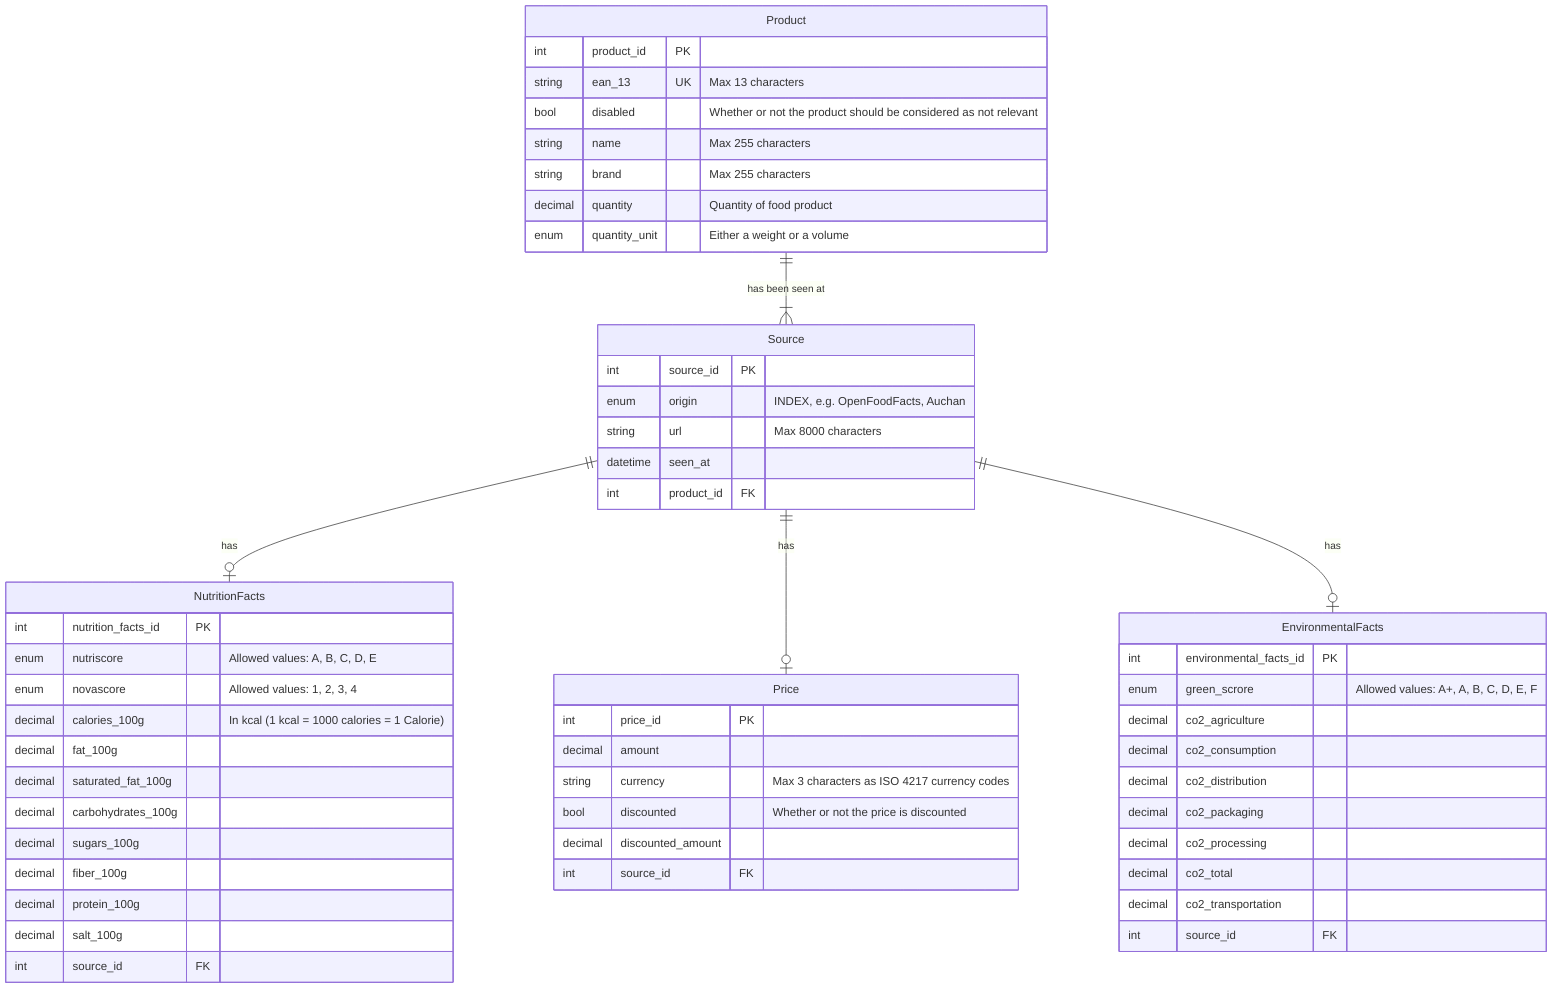
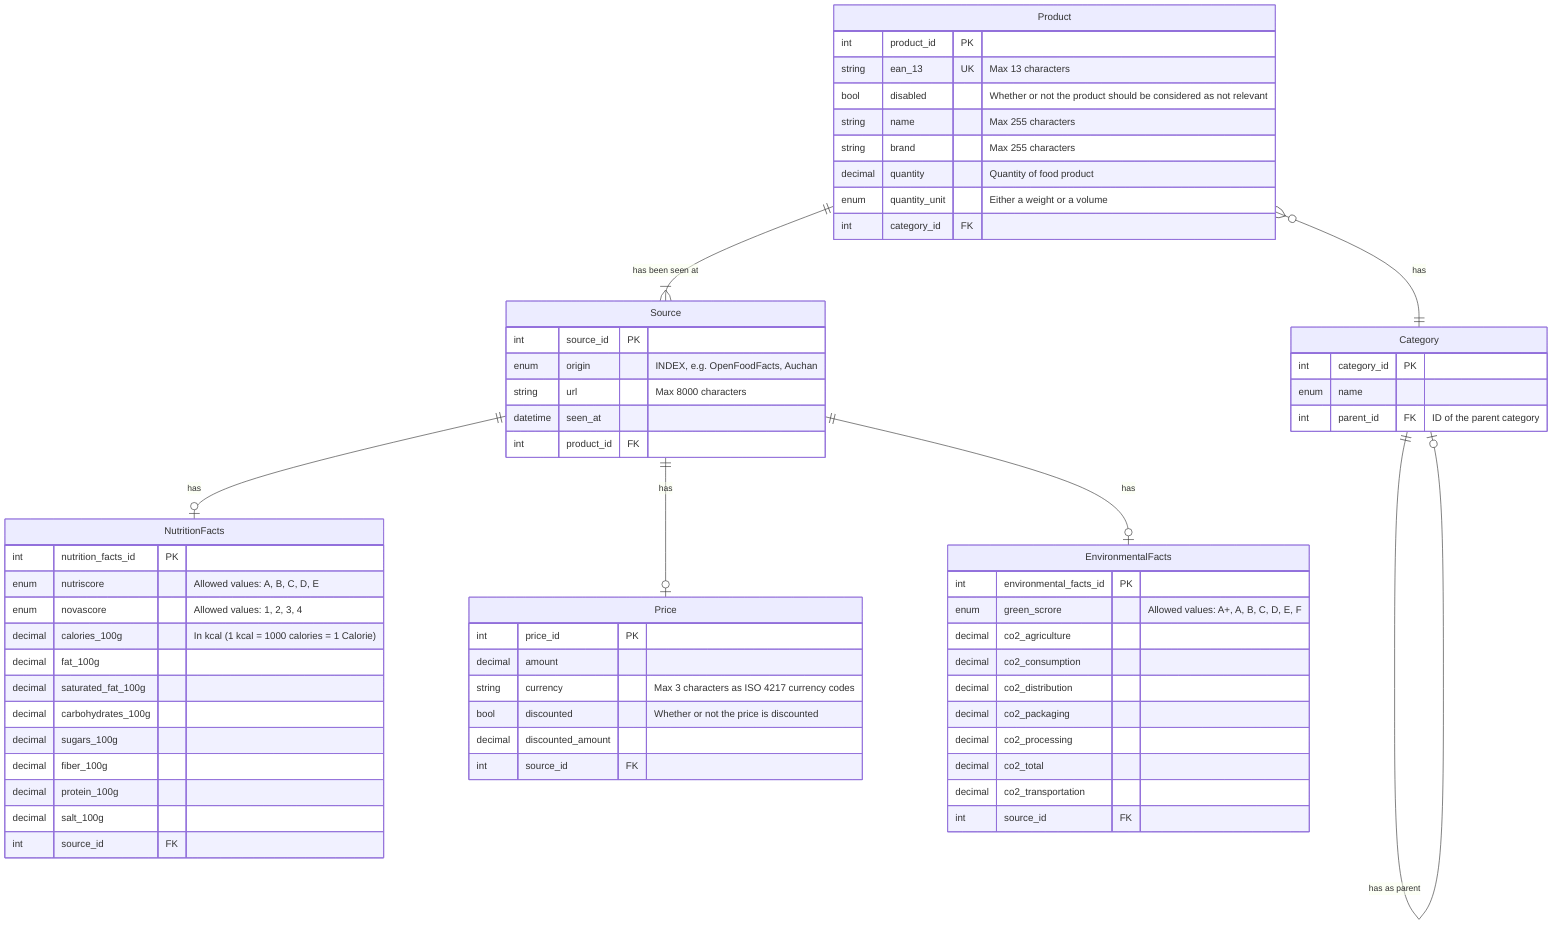
erDiagram
    Product {
        int product_id PK

        string ean_13 UK "Max 13 characters"
        bool disabled "Whether or not the product should be considered as not relevant"

        string name "Max 255 characters"
        string brand "Max 255 characters"

        decimal quantity "Quantity of food product"
        enum quantity_unit "Either a weight or a volume"
+ 
+         int category_id FK
+     }
+ 
+     Category {
+         int category_id PK
+ 
+         enum name
+ 
+         int parent_id FK "ID of the parent category"
    }

    Source {
        int source_id PK

        enum origin "INDEX, e.g. OpenFoodFacts, Auchan"
        string url "Max 8000 characters"
        datetime seen_at

        int product_id FK
    }

    NutritionFacts {
        int nutrition_facts_id PK

        enum nutriscore "Allowed values: A, B, C, D, E"
        enum novascore "Allowed values: 1, 2, 3, 4"

        decimal calories_100g "In kcal (1 kcal = 1000 calories = 1 Calorie)"

        decimal fat_100g
        decimal saturated_fat_100g
        decimal carbohydrates_100g
        decimal sugars_100g
        decimal fiber_100g
        decimal protein_100g
        decimal salt_100g

        int source_id FK
    }

    Price {
        int price_id PK

        decimal amount
        string currency "Max 3 characters as ISO 4217 currency codes"
        bool discounted "Whether or not the price is discounted"
        decimal discounted_amount

        int source_id FK
    }

    EnvironmentalFacts {
        int environmental_facts_id PK

        enum green_scrore "Allowed values: A+, A, B, C, D, E, F"

        decimal co2_agriculture
        decimal co2_consumption
        decimal co2_distribution
        decimal co2_packaging
        decimal co2_processing
        decimal co2_total
        decimal co2_transportation

        int source_id FK
    }

    Product 1--1+ Source : "has been seen at"
+     Product 0+--1 Category : "has"
+ 
+     Category 1--one or zero Category : "has as parent"

    Source 1--one or zero NutritionFacts : "has"
    Source 1--one or zero Price : "has"
    Source 1--one or zero EnvironmentalFacts : "has"
